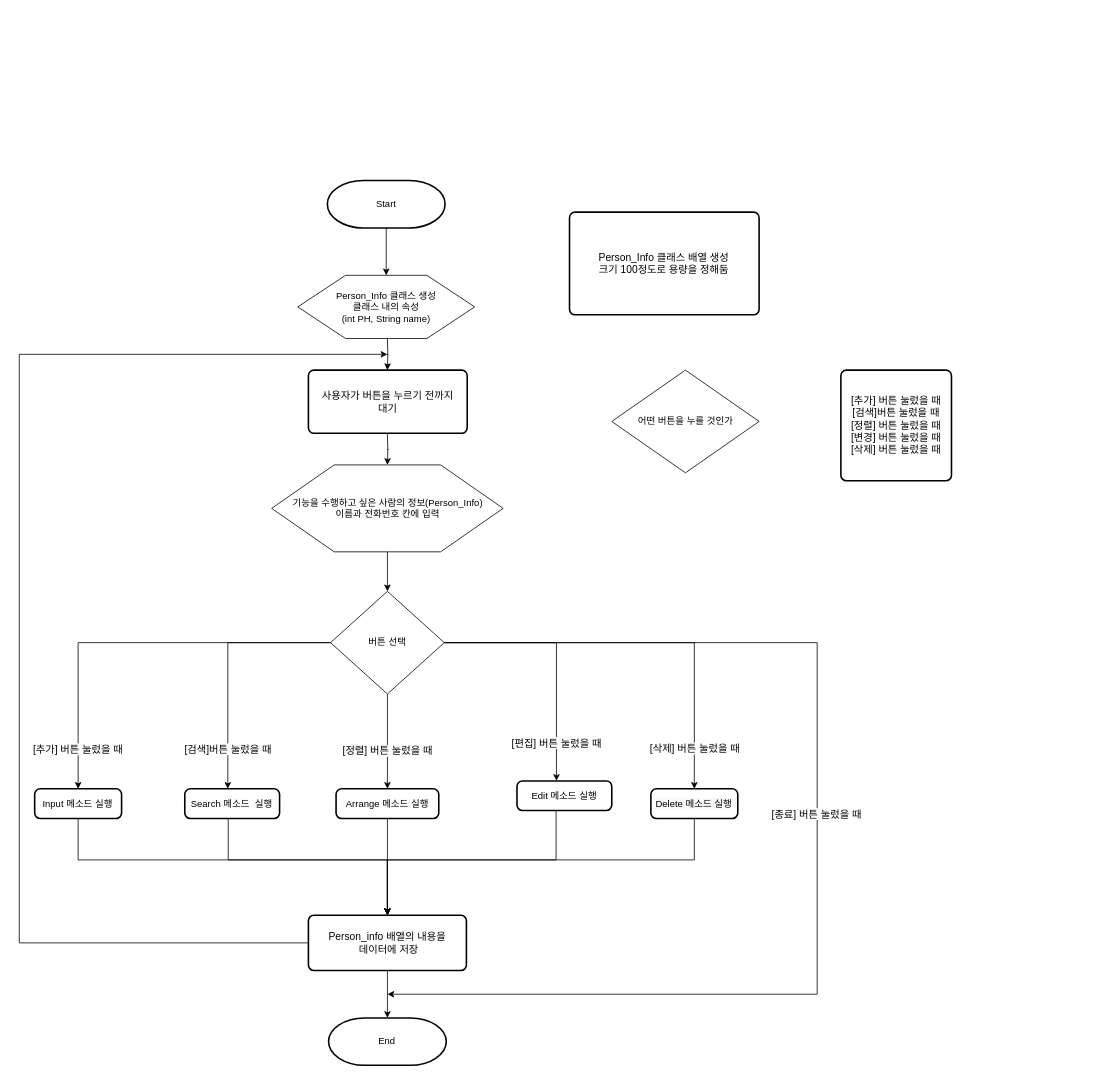
This is 순서도/전화번호관리부 main 함수 순서도_Java.drawio from skatld123/PH_list_java, a draw.io file, before an edit. Source tidied: cells renumbered, new cells numbered last; positions are measured from the earlier drawing's top-left corner, leaving out a move shared by most shapes. Both pictures are drawn from the tidied source at 79%, with x=0, y=0 at pixel (19, 180).
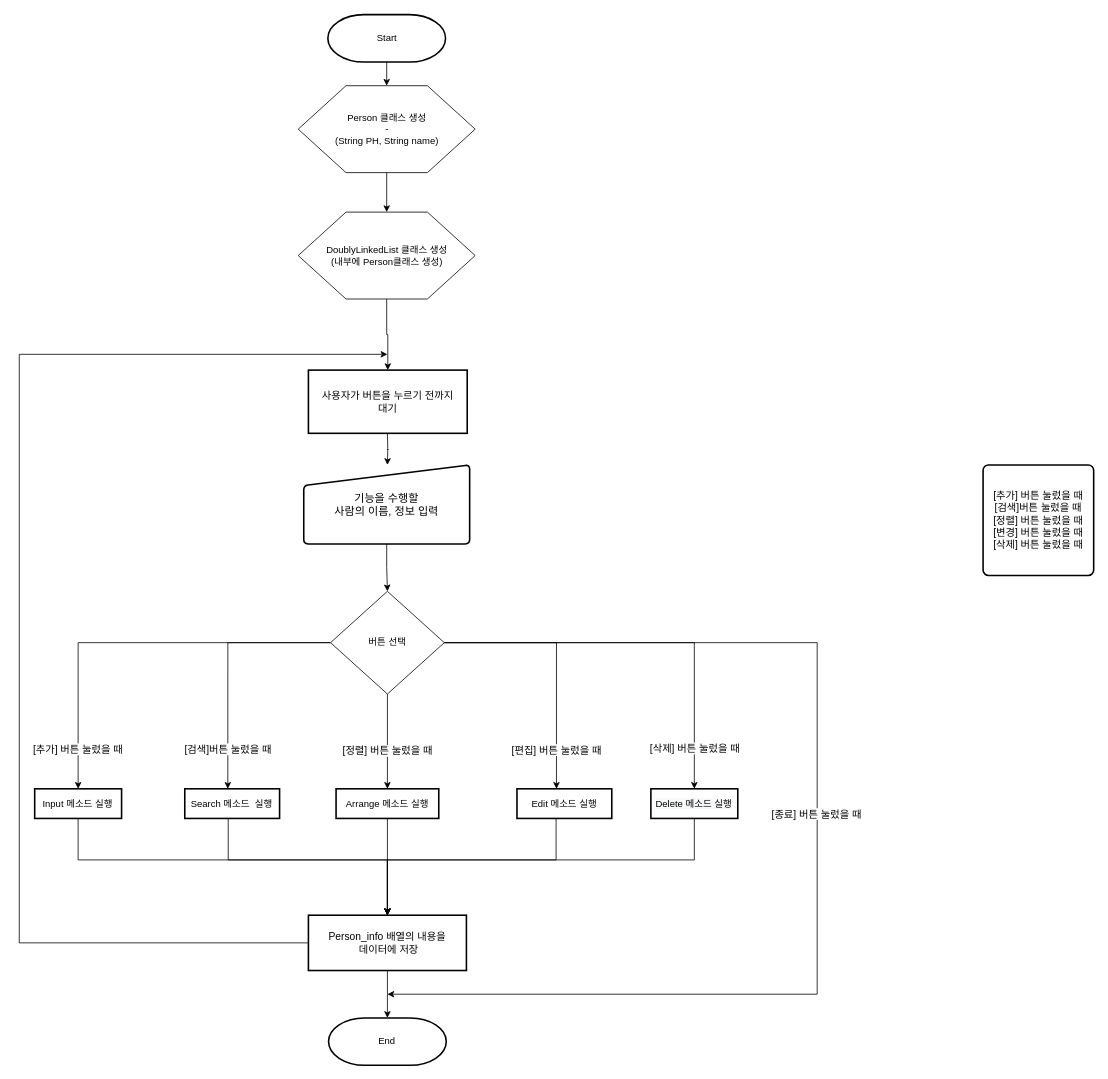
The same diagram, later.

Commit message:
전화번호관리부 main 함수 순서도_Java.drawio 업데이트

The change refers to these unchanged cells:
```xml
<mxCell id="34" value="버튼 선택" style="rhombus;whiteSpace=wrap;html=1;" parent="1" vertex="1">
  <mxGeometry x="393.9" y="520" width="144" height="130" as="geometry" />
</mxCell>
```

Diff of the diagram source:
```diff
@@
-    <mxCell id="2" style="edgeStyle=orthogonalEdgeStyle;rounded=0;orthogonalLoop=1;jettySize=auto;html=1;exitX=0.5;exitY=1;exitDx=0;exitDy=0;entryX=0.5;entryY=0;entryDx=0;entryDy=0;" parent="1" edge="1">
-      <mxGeometry relative="1" as="geometry">
-        <mxPoint x="465.9" y="200" as="sourcePoint" />
-        <mxPoint x="465.9" y="240" as="targetPoint" />
-      </mxGeometry>
+    <mxCell id="2" style="edgeStyle=orthogonalEdgeStyle;rounded=0;jettySize=auto;html=1;exitX=0.5;exitY=1;exitDx=0;exitDy=0;entryX=0.5;entryY=0;entryDx=0;entryDy=0;" parent="1" edge="1" source="40" target="35">
+      <mxGeometry relative="1" as="geometry" />
     </mxCell>
@@
     <mxCell id="4" value="Start" style="strokeWidth=2;html=1;shape=mxgraph.flowchart.terminator;whiteSpace=wrap;" parent="1" vertex="1">
-      <mxGeometry x="389.9" width="149" height="60" as="geometry" />
+      <mxGeometry x="390.5" y="-210" width="149" height="60" as="geometry" />
     </mxCell>
+    <mxCell id="38" style="edgeStyle=orthogonalEdgeStyle;rounded=0;jettySize=auto;html=1;exitX=0.5;exitY=1;exitDx=0;exitDy=0;entryX=0.5;entryY=0;entryDx=0;entryDy=0;" parent="1" edge="1" source="5" target="40">
+      <mxGeometry relative="1" as="geometry" />
+    </mxCell>
-    <mxCell id="5" value="Person_Info 클래스 생성&lt;br&gt;클래스 내의 속성&lt;br&gt;(int PH, String name)" style="verticalLabelPosition=middle;verticalAlign=middle;html=1;shape=hexagon;perimeter=hexagonPerimeter2;arcSize=6;size=0.27;labelPosition=center;align=center;" parent="1" vertex="1">
-      <mxGeometry x="352.4" y="120" width="224" height="80" as="geometry" />
+    <mxCell id="5" value="Person 클래스 생성&lt;br&gt;-&lt;br&gt;(String PH, String name)&lt;br&gt;" style="verticalLabelPosition=middle;verticalAlign=middle;html=1;shape=hexagon;perimeter=hexagonPerimeter2;arcSize=6;size=0.27;labelPosition=center;align=center;" parent="1" vertex="1">
+      <mxGeometry x="353" y="-120" width="224" height="110" as="geometry" />
     </mxCell>
-    <mxCell id="6" style="edgeStyle=orthogonalEdgeStyle;rounded=0;jettySize=auto;html=1;fontSize=13;" parent="1" edge="1" source="9" target="34">
+    <mxCell id="6" style="edgeStyle=orthogonalEdgeStyle;rounded=0;jettySize=auto;html=1;fontSize=13;exitX=0.5;exitY=1;exitDx=0;exitDy=0;" parent="1" edge="1" source="39" target="34">
       <mxGeometry relative="1" as="geometry" />
     </mxCell>
@@
-    <mxCell id="9" value="기능을 수행하고 싶은 사람의 정보(Person_Info)&lt;br&gt;이름과 전화번호 칸에 입력" style="verticalLabelPosition=middle;verticalAlign=middle;html=1;shape=hexagon;perimeter=hexagonPerimeter2;arcSize=6;size=0.27;labelPosition=center;align=center;" parent="1" vertex="1">
-      <mxGeometry x="319.4" y="360" width="293" height="110" as="geometry" />
-    </mxCell>
-    <mxCell id="10" value="어떤 버튼을 누를 것인가" style="rhombus;whiteSpace=wrap;html=1;" parent="1" vertex="1">
-      <mxGeometry x="749.9" y="240" width="186.5" height="130" as="geometry" />
-    </mxCell>
@@
-    <mxCell id="12" value="Input 메소드 실행" style="rounded=1;whiteSpace=wrap;html=1;absoluteArcSize=1;arcSize=14;strokeWidth=2;" parent="1" vertex="1">
+    <mxCell id="12" value="Input 메소드 실행" style="rounded=1;whiteSpace=wrap;html=1;absoluteArcSize=1;arcSize=0;strokeWidth=2;" parent="1" vertex="1">
       <mxGeometry x="19.4" y="770" width="110" height="37.5" as="geometry" />
     </mxCell>
@@
-    <mxCell id="14" value="Search 메소드&amp;nbsp;&amp;nbsp;실행" style="rounded=1;whiteSpace=wrap;html=1;absoluteArcSize=1;arcSize=14;strokeWidth=2;" parent="1" vertex="1">
+    <mxCell id="14" value="Search 메소드&amp;nbsp;&amp;nbsp;실행" style="rounded=1;whiteSpace=wrap;html=1;absoluteArcSize=1;arcSize=0;strokeWidth=2;" parent="1" vertex="1">
       <mxGeometry x="209.4" y="770" width="120" height="37.5" as="geometry" />
     </mxCell>
@@
-    <mxCell id="16" value="Edit 메소드&amp;nbsp;실행" style="rounded=1;whiteSpace=wrap;html=1;absoluteArcSize=1;arcSize=14;strokeWidth=2;" parent="1" vertex="1">
-      <mxGeometry x="629.9" y="760" width="120" height="37.5" as="geometry" />
+    <mxCell id="16" value="Edit 메소드&amp;nbsp;실행" style="rounded=1;whiteSpace=wrap;html=1;absoluteArcSize=1;arcSize=0;strokeWidth=2;" parent="1" vertex="1">
+      <mxGeometry x="629.9" y="770" width="120" height="37.5" as="geometry" />
     </mxCell>
@@
-    <mxCell id="18" value="&lt;span style=&quot;color: rgb(0 , 0 , 0) ; font-family: &amp;#34;helvetica&amp;#34; ; font-size: 12px ; font-style: normal ; font-weight: 400 ; letter-spacing: normal ; text-align: center ; text-indent: 0px ; text-transform: none ; word-spacing: 0px ; background-color: rgb(248 , 249 , 250) ; display: inline ; float: none&quot;&gt;Delete&amp;nbsp;&lt;span style=&quot;font-family: &amp;#34;helvetica&amp;#34;&quot;&gt;메소드&amp;nbsp;&lt;/span&gt;실행&lt;/span&gt;" style="rounded=1;whiteSpace=wrap;html=1;absoluteArcSize=1;arcSize=14;strokeWidth=2;" parent="1" vertex="1">
+    <mxCell id="18" value="&lt;span style=&quot;color: rgb(0 , 0 , 0) ; font-family: &amp;#34;helvetica&amp;#34; ; font-size: 12px ; font-style: normal ; font-weight: 400 ; letter-spacing: normal ; text-align: center ; text-indent: 0px ; text-transform: none ; word-spacing: 0px ; background-color: rgb(248 , 249 , 250) ; display: inline ; float: none&quot;&gt;Delete&amp;nbsp;&lt;span style=&quot;font-family: &amp;#34;helvetica&amp;#34;&quot;&gt;메소드&amp;nbsp;&lt;/span&gt;실행&lt;/span&gt;" style="rounded=1;whiteSpace=wrap;html=1;absoluteArcSize=1;arcSize=0;strokeWidth=2;" parent="1" vertex="1">
       <mxGeometry x="799.4" y="770" width="110" height="37.5" as="geometry" />
     </mxCell>
@@
-    <mxCell id="20" value="&lt;span&gt;Arrange&amp;nbsp;&lt;/span&gt;메소드&amp;nbsp;실행" style="rounded=1;whiteSpace=wrap;html=1;absoluteArcSize=1;arcSize=14;strokeWidth=2;" parent="1" vertex="1">
+    <mxCell id="20" value="&lt;span&gt;Arrange&amp;nbsp;&lt;/span&gt;메소드&amp;nbsp;실행" style="rounded=1;whiteSpace=wrap;html=1;absoluteArcSize=1;arcSize=0;strokeWidth=2;" parent="1" vertex="1">
       <mxGeometry x="400.9" y="770" width="130" height="37.5" as="geometry" />
     </mxCell>
@@
-    <mxCell id="23" value="Person_info 배열의 내용을&lt;br&gt;&amp;nbsp;데이터에 저장" style="rounded=1;whiteSpace=wrap;html=1;absoluteArcSize=1;arcSize=14;strokeWidth=2;fontSize=13;" parent="1" vertex="1">
+    <mxCell id="23" value="Person_info 배열의 내용을&lt;br&gt;&amp;nbsp;데이터에 저장" style="rounded=1;whiteSpace=wrap;html=1;absoluteArcSize=1;arcSize=0;strokeWidth=2;fontSize=13;" parent="1" vertex="1">
       <mxGeometry x="365.9" y="930" width="200" height="70" as="geometry" />
     </mxCell>
@@
     <mxCell id="25" value="&lt;span style=&quot;background-color: rgb(255 , 255 , 255)&quot;&gt;[추가] 버튼 눌렀을 때&lt;br&gt;&lt;/span&gt;&lt;span style=&quot;background-color: rgb(255 , 255 , 255)&quot;&gt;[검색]버튼 눌렀을 때&lt;br&gt;&lt;/span&gt;&lt;span style=&quot;background-color: rgb(255 , 255 , 255)&quot;&gt;[정렬] 버튼 눌렀을 때&lt;br&gt;&lt;/span&gt;&lt;span style=&quot;background-color: rgb(255 , 255 , 255)&quot;&gt;[변경] 버튼 눌렀을 때&lt;br&gt;&lt;/span&gt;&lt;span style=&quot;background-color: rgb(255 , 255 , 255)&quot;&gt;[삭제] 버튼 눌렀을 때&lt;/span&gt;&lt;span style=&quot;background-color: rgb(255 , 255 , 255)&quot;&gt;&lt;br&gt;&lt;/span&gt;" style="rounded=1;whiteSpace=wrap;html=1;absoluteArcSize=1;arcSize=14;strokeWidth=2;fontSize=13;" parent="1" vertex="1">
-      <mxGeometry x="1039.9" y="240" width="140" height="140" as="geometry" />
+      <mxGeometry x="1219.9" y="360" width="140" height="140" as="geometry" />
     </mxCell>
@@
-    <mxCell id="35" value="사용자가 버튼을 누르기 전까지 &lt;br&gt;대기" style="rounded=1;whiteSpace=wrap;html=1;absoluteArcSize=1;arcSize=14;strokeWidth=2;fontSize=13;" parent="1" vertex="1">
+    <mxCell id="35" value="사용자가 버튼을 누르기 전까지 &lt;br&gt;대기" style="rounded=1;whiteSpace=wrap;html=1;absoluteArcSize=1;arcSize=0;strokeWidth=2;fontSize=13;" parent="1" vertex="1">
       <mxGeometry x="365.9" y="240" width="201" height="80" as="geometry" />
     </mxCell>
@@
-    <mxCell id="37" value="&lt;span style=&quot;background-color: rgb(255 , 255 , 255)&quot;&gt;Person_Info 클래스 배열 생성&lt;br&gt;크기 100정도로 용량을 정해둠&lt;br&gt;&lt;/span&gt;" style="rounded=1;whiteSpace=wrap;html=1;absoluteArcSize=1;arcSize=14;strokeWidth=2;fontSize=13;" parent="1" vertex="1">
-      <mxGeometry x="696.4" y="40" width="240" height="130" as="geometry" />
-    </mxCell>
+    <mxCell id="39" value="&lt;font style=&quot;font-size: 14px&quot;&gt;기능을 수행할 &lt;br&gt;사람의 이름, 정보 입력&lt;/font&gt;" style="html=1;strokeWidth=2;shape=manualInput;whiteSpace=wrap;rounded=1;size=26;arcSize=11;" parent="1" vertex="1">
+      <mxGeometry x="360" y="360" width="210" height="100" as="geometry" />
+    </mxCell>
+    <mxCell id="40" value="DoublyLinkedList 클래스 생성&lt;br&gt;(내부에 Person클래스 생성)" style="verticalLabelPosition=middle;verticalAlign=middle;html=1;shape=hexagon;perimeter=hexagonPerimeter2;arcSize=6;size=0.27;labelPosition=center;align=center;" parent="1" vertex="1">
+      <mxGeometry x="353" y="40" width="224" height="110" as="geometry" />
+    </mxCell>
```
